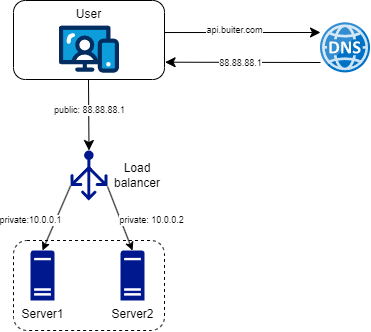
Earlier version of the draw.io export assets/img/2024-09-15/three-tier.png (mlorentedev/mlorentedev.github.io). Source tidied: cells renumbered, new cells last; positions are measured from the earlier drawing's top-left corner, leaving out a move shared by most shapes. Its diagram source:
```xml
<mxGraphModel>
  <root>
    <mxCell id="0" />
    <mxCell id="1" parent="0" />
    <mxCell id="2" style="group;" parent="1" vertex="1">
      <mxGeometry width="357" height="330" as="geometry" />
    </mxCell>
    <mxCell id="3" style="rounded=1;whiteSpace=wrap;html=1;verticalAlign=top;horizontal=1;dashed=1;" parent="2" vertex="1">
      <mxGeometry y="240" width="151" height="90" as="geometry" />
    </mxCell>
    <mxCell id="4" value="User" style="rounded=1;whiteSpace=wrap;html=1;verticalAlign=top;horizontal=1;" parent="2" vertex="1">
      <mxGeometry width="151" height="79" as="geometry" />
    </mxCell>
    <mxCell id="5" style="verticalLabelPosition=bottom;html=1;shape=mxgraph.salesforce.web;" parent="2" vertex="1">
      <mxGeometry x="45.5" y="25" width="60" height="47.4" as="geometry" />
    </mxCell>
    <mxCell id="6" style="image;sketch=0;html=1;align=center;fontSize=12;image=img/lib/mscae/DNS.svg;" parent="2" vertex="1">
      <mxGeometry x="307" y="22.4" width="50" height="50" as="geometry" />
    </mxCell>
    <mxCell id="7" style="endArrow=classic;html=1;rounded=0;fontSize=12;startSize=8;endSize=8;curved=1;exitX=0.998;exitY=0.287;exitDx=0;exitDy=0;exitPerimeter=0;" parent="2" edge="1">
      <mxGeometry relative="1" as="geometry">
        <mxPoint x="151" y="32" as="sourcePoint" />
        <mxPoint x="307" y="32" as="targetPoint" />
      </mxGeometry>
    </mxCell>
    <mxCell id="8" value="api.buiter.com" style="edgeLabel;html=1;align=center;verticalAlign=middle;fontSize=9;" parent="7" vertex="1">
      <mxGeometry x="-0.47" y="-1" relative="1" as="geometry">
        <mxPoint x="28" y="-3" as="offset" />
      </mxGeometry>
    </mxCell>
    <mxCell id="9" style="endArrow=classic;html=1;rounded=0;fontSize=12;startSize=8;endSize=8;curved=1;entryX=1.004;entryY=0.781;entryDx=0;entryDy=0;entryPerimeter=0;" parent="2" edge="1" target="4">
      <mxGeometry relative="1" as="geometry">
        <mxPoint x="307" y="62" as="sourcePoint" />
      </mxGeometry>
    </mxCell>
    <mxCell id="10" value="88.88.88.1" style="edgeLabel;html=1;align=center;verticalAlign=middle;fontSize=9;" parent="9" vertex="1">
      <mxGeometry x="0.29" y="3" relative="1" as="geometry">
        <mxPoint x="20" y="-2" as="offset" />
      </mxGeometry>
    </mxCell>
    <mxCell id="11" style="endArrow=classic;html=1;rounded=0;fontSize=12;startSize=8;endSize=8;curved=1;exitX=0.25;exitY=1;exitDx=0;exitDy=0;entryX=0.5;entryY=0;entryDx=0;entryDy=0;entryPerimeter=0;" parent="2" edge="1" target="13">
      <mxGeometry relative="1" as="geometry">
        <mxPoint x="75" y="79" as="sourcePoint" />
      </mxGeometry>
    </mxCell>
    <mxCell id="12" value="public: 88.88.88.1" style="edgeLabel;html=1;align=center;verticalAlign=middle;fontSize=9;" parent="11" vertex="1">
      <mxGeometry x="-0.13" relative="1" as="geometry" />
    </mxCell>
    <mxCell id="13" style="sketch=0;shadow=0;dashed=0;html=1;strokeColor=none;labelPosition=center;verticalLabelPosition=bottom;verticalAlign=top;align=center;fillColor=#00188D;shape=mxgraph.azure.load_balancer_generic;" parent="2" vertex="1">
      <mxGeometry x="57" y="150" width="37" height="50" as="geometry" />
    </mxCell>
    <mxCell id="14" value="Server1" style="sketch=0;shadow=0;dashed=0;html=1;strokeColor=none;labelPosition=center;verticalLabelPosition=bottom;verticalAlign=top;align=center;fillColor=#00188D;shape=mxgraph.mscae.enterprise.server_generic;" parent="2" vertex="1">
      <mxGeometry x="17" y="250" width="24" height="50" as="geometry" />
    </mxCell>
    <mxCell id="15" value="Server2" style="sketch=0;shadow=0;dashed=0;html=1;strokeColor=none;labelPosition=center;verticalLabelPosition=bottom;verticalAlign=top;align=center;fillColor=#00188D;shape=mxgraph.mscae.enterprise.server_generic;" parent="2" vertex="1">
      <mxGeometry x="107" y="250" width="24" height="50" as="geometry" />
    </mxCell>
    <mxCell id="16" style="endArrow=classic;html=1;rounded=0;entryX=0.5;entryY=0;entryDx=0;entryDy=0;entryPerimeter=0;exitX=0;exitY=0.71;exitDx=0;exitDy=0;exitPerimeter=0;" parent="2" edge="1" source="13" target="14">
      <mxGeometry relative="1" as="geometry" />
    </mxCell>
    <mxCell id="17" value="private:10.0.0.1" style="edgeLabel;html=1;align=center;verticalAlign=middle;fontSize=9;" parent="16" vertex="1">
      <mxGeometry x="-0.02" y="2" relative="1" as="geometry">
        <mxPoint x="-28" y="2" as="offset" />
      </mxGeometry>
    </mxCell>
    <mxCell id="18" style="endArrow=classic;html=1;rounded=0;entryX=0.5;entryY=0;entryDx=0;entryDy=0;entryPerimeter=0;exitX=0;exitY=0.71;exitDx=0;exitDy=0;exitPerimeter=0;" parent="2" edge="1" target="15">
      <mxGeometry relative="1" as="geometry">
        <mxPoint x="94" y="186" as="sourcePoint" />
      </mxGeometry>
    </mxCell>
    <mxCell id="19" value="private: 10.0.0.2" style="edgeLabel;html=1;align=center;verticalAlign=middle;fontSize=9;" parent="18" vertex="1">
      <mxGeometry x="0.07" y="1" relative="1" as="geometry">
        <mxPoint x="29" as="offset" />
      </mxGeometry>
    </mxCell>
    <mxCell id="20" value="Load balancer" style="text;html=1;align=center;verticalAlign=middle;whiteSpace=wrap;rounded=0;" parent="2" vertex="1">
      <mxGeometry x="94" y="160" width="60" height="30" as="geometry" />
    </mxCell>
  </root>
</mxGraphModel>
```
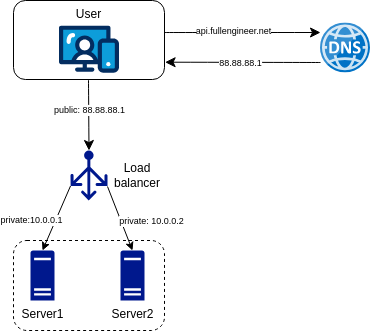
After the change.

Change to the diagram source:
```diff
@@ -23,7 +23,7 @@
         <mxPoint x="307" y="32" as="targetPoint" />
       </mxGeometry>
     </mxCell>
-    <mxCell id="8" value="api.buiter.com" style="edgeLabel;html=1;align=center;verticalAlign=middle;fontSize=9;" parent="7" vertex="1">
+    <mxCell id="8" value="api.fullengineer.net" style="edgeLabel;html=1;align=center;verticalAlign=middle;fontSize=9;" parent="7" vertex="1">
       <mxGeometry x="-0.47" y="-1" relative="1" as="geometry">
         <mxPoint x="28" y="-3" as="offset" />
       </mxGeometry>
```
